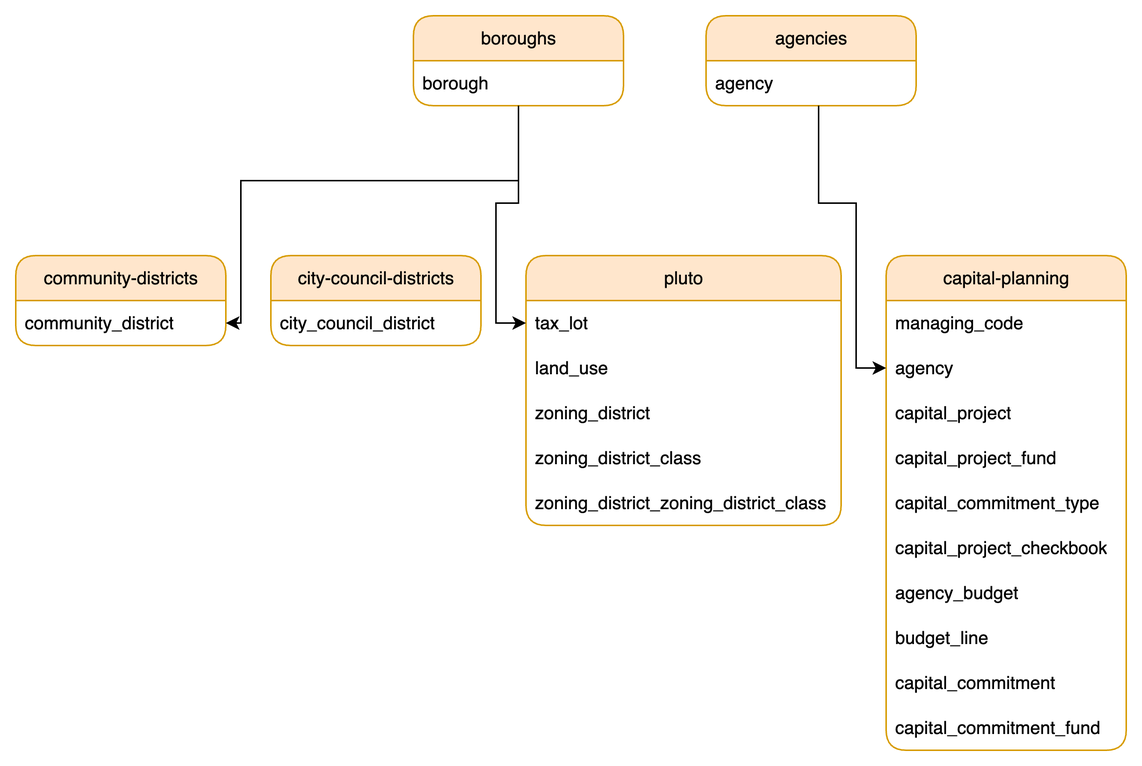
The draw.io diagram documentation/diagrams/build_table_relationship.drawio.png in NYCPlanning/ae-data-flow, before a commit. Source tidied: cells renumbered, new cells last; positions are measured from the earlier drawing's top-left corner, leaving out a move shared by most shapes. The source it was exported from:
```xml
<mxGraphModel>
  <root>
    <mxCell id="0" />
    <mxCell id="1" parent="0" />
    <mxCell id="2" value="boroughs" style="swimlane;fontStyle=0;horizontal=1;startSize=30;whiteSpace=wrap;html=1;fillColor=#ffe6cc;strokeColor=#d79b00;rounded=1;" parent="1" vertex="1">
      <mxGeometry x="265" width="140" height="60" as="geometry" />
    </mxCell>
    <mxCell id="3" value="borough" style="text;strokeColor=none;fillColor=none;align=left;verticalAlign=middle;spacingLeft=4;spacingRight=4;overflow=hidden;points=[[0,0.5,0,0,0],[0.5,1,0,0,0],[1,0.5,0,0,0]];portConstraint=eastwest;whiteSpace=wrap;html=1;" parent="2" vertex="1">
      <mxGeometry y="30" width="140" height="30" as="geometry" />
    </mxCell>
    <mxCell id="4" value="community-districts" style="swimlane;fontStyle=0;horizontal=1;startSize=30;whiteSpace=wrap;html=1;fillColor=#ffe6cc;strokeColor=#d79b00;rounded=1;" parent="1" vertex="1">
      <mxGeometry y="160" width="140" height="60" as="geometry" />
    </mxCell>
    <mxCell id="5" value="community_district" style="text;strokeColor=none;fillColor=none;align=left;verticalAlign=middle;spacingLeft=4;spacingRight=4;overflow=hidden;points=[[0,0.5,0,0,0],[1,0.5,0,0,0]];portConstraint=eastwest;whiteSpace=wrap;html=1;" parent="4" vertex="1">
      <mxGeometry y="30" width="140" height="30" as="geometry" />
    </mxCell>
    <mxCell id="6" value="city-council-districts" style="swimlane;fontStyle=0;horizontal=1;startSize=30;whiteSpace=wrap;html=1;fillColor=#ffe6cc;strokeColor=#d79b00;rounded=1;" parent="1" vertex="1">
      <mxGeometry x="170" y="160" width="140" height="60" as="geometry" />
    </mxCell>
    <mxCell id="7" value="city_council_district" style="text;strokeColor=none;fillColor=none;align=left;verticalAlign=middle;spacingLeft=4;spacingRight=4;overflow=hidden;whiteSpace=wrap;html=1;" parent="6" vertex="1">
      <mxGeometry y="30" width="140" height="30" as="geometry" />
    </mxCell>
    <mxCell id="8" value="pluto" style="swimlane;fontStyle=0;horizontal=1;startSize=30;whiteSpace=wrap;html=1;rounded=1;fillColor=#ffe6cc;strokeColor=#d79b00;" parent="1" vertex="1">
      <mxGeometry x="340" y="160" width="210" height="180" as="geometry" />
    </mxCell>
    <mxCell id="9" value="tax_lot" style="text;strokeColor=none;fillColor=none;align=left;verticalAlign=middle;spacingLeft=4;spacingRight=4;overflow=hidden;points=[[0,0.5],[1,0.5]];portConstraint=eastwest;whiteSpace=wrap;html=1;" parent="8" vertex="1">
      <mxGeometry y="30" width="210" height="30" as="geometry" />
    </mxCell>
    <mxCell id="10" value="land_use" style="text;strokeColor=none;fillColor=none;align=left;verticalAlign=middle;spacingLeft=4;spacingRight=4;overflow=hidden;whiteSpace=wrap;html=1;" parent="8" vertex="1">
      <mxGeometry y="60" width="210" height="30" as="geometry" />
    </mxCell>
    <mxCell id="11" value="zoning_district" style="text;strokeColor=none;fillColor=none;align=left;verticalAlign=middle;spacingLeft=4;spacingRight=4;overflow=hidden;whiteSpace=wrap;html=1;" parent="8" vertex="1">
      <mxGeometry y="90" width="210" height="30" as="geometry" />
    </mxCell>
    <mxCell id="12" value="zoning_district_class" style="text;strokeColor=none;fillColor=none;align=left;verticalAlign=middle;spacingLeft=4;spacingRight=4;overflow=hidden;whiteSpace=wrap;html=1;" parent="8" vertex="1">
      <mxGeometry y="120" width="210" height="30" as="geometry" />
    </mxCell>
    <mxCell id="13" value="zoning_district_zoning_district_class" style="text;strokeColor=none;fillColor=none;align=left;verticalAlign=middle;spacingLeft=4;spacingRight=4;overflow=hidden;whiteSpace=wrap;html=1;" parent="8" vertex="1">
      <mxGeometry y="150" width="210" height="30" as="geometry" />
    </mxCell>
    <mxCell id="14" value="capital-planning" style="swimlane;fontStyle=0;horizontal=1;startSize=30;whiteSpace=wrap;html=1;rounded=1;fillColor=#ffe6cc;strokeColor=#d79b00;" parent="1" vertex="1">
      <mxGeometry x="580" y="160" width="160" height="330" as="geometry" />
    </mxCell>
    <mxCell id="15" value="managing_code" style="text;strokeColor=none;fillColor=none;align=left;verticalAlign=middle;spacingLeft=4;spacingRight=4;overflow=hidden;points=[[0,0.5],[1,0.5]];portConstraint=eastwest;whiteSpace=wrap;html=1;" parent="14" vertex="1">
      <mxGeometry y="30" width="160" height="30" as="geometry" />
    </mxCell>
    <mxCell id="16" value="agency" style="text;strokeColor=none;fillColor=none;align=left;verticalAlign=middle;spacingLeft=4;spacingRight=4;overflow=hidden;points=[[0,0.5],[1,0.5]];portConstraint=eastwest;whiteSpace=wrap;html=1;" parent="14" vertex="1">
      <mxGeometry y="60" width="160" height="30" as="geometry" />
    </mxCell>
    <mxCell id="17" value="capital_project" style="text;strokeColor=none;fillColor=none;align=left;verticalAlign=middle;spacingLeft=4;spacingRight=4;overflow=hidden;points=[[0,0.5],[1,0.5]];portConstraint=eastwest;whiteSpace=wrap;html=1;" parent="14" vertex="1">
      <mxGeometry y="90" width="160" height="30" as="geometry" />
    </mxCell>
    <mxCell id="18" value="capital_project_fund" style="text;strokeColor=none;fillColor=none;align=left;verticalAlign=middle;spacingLeft=4;spacingRight=4;overflow=hidden;whiteSpace=wrap;html=1;" parent="14" vertex="1">
      <mxGeometry y="120" width="160" height="30" as="geometry" />
    </mxCell>
    <mxCell id="19" value="capital_commitment_type" style="text;strokeColor=none;fillColor=none;align=left;verticalAlign=middle;spacingLeft=4;spacingRight=4;overflow=hidden;whiteSpace=wrap;html=1;" parent="14" vertex="1">
      <mxGeometry y="150" width="160" height="30" as="geometry" />
    </mxCell>
    <mxCell id="20" value="capital_project_checkbook" style="text;strokeColor=none;fillColor=none;align=left;verticalAlign=middle;spacingLeft=4;spacingRight=4;overflow=hidden;whiteSpace=wrap;html=1;" parent="14" vertex="1">
      <mxGeometry y="180" width="160" height="30" as="geometry" />
    </mxCell>
    <mxCell id="21" value="agency_budget" style="text;strokeColor=none;fillColor=none;align=left;verticalAlign=middle;spacingLeft=4;spacingRight=4;overflow=hidden;whiteSpace=wrap;html=1;" parent="14" vertex="1">
      <mxGeometry y="210" width="160" height="30" as="geometry" />
    </mxCell>
    <mxCell id="22" value="budget_line" style="text;strokeColor=none;fillColor=none;align=left;verticalAlign=middle;spacingLeft=4;spacingRight=4;overflow=hidden;whiteSpace=wrap;html=1;" parent="14" vertex="1">
      <mxGeometry y="240" width="160" height="30" as="geometry" />
    </mxCell>
    <mxCell id="23" value="capital_commitment" style="text;strokeColor=none;fillColor=none;align=left;verticalAlign=middle;spacingLeft=4;spacingRight=4;overflow=hidden;whiteSpace=wrap;html=1;" parent="14" vertex="1">
      <mxGeometry y="270" width="160" height="30" as="geometry" />
    </mxCell>
    <mxCell id="24" value="capital_commitment_fund" style="text;strokeColor=none;fillColor=none;align=left;verticalAlign=middle;spacingLeft=4;spacingRight=4;overflow=hidden;whiteSpace=wrap;html=1;" parent="14" vertex="1">
      <mxGeometry y="300" width="160" height="30" as="geometry" />
    </mxCell>
    <mxCell id="25" style="edgeStyle=orthogonalEdgeStyle;rounded=0;jettySize=auto;html=1;exitX=0.5;exitY=1;exitDx=0;exitDy=0;exitPerimeter=0;" parent="1" edge="1" source="3" target="5">
      <mxGeometry relative="1" as="geometry">
        <Array as="points">
          <mxPoint x="335" y="110" />
          <mxPoint x="150" y="110" />
          <mxPoint x="150" y="205" />
        </Array>
      </mxGeometry>
    </mxCell>
    <mxCell id="26" style="edgeStyle=orthogonalEdgeStyle;rounded=0;jettySize=auto;html=1;exitX=0.5;exitY=1;exitDx=0;exitDy=0;exitPerimeter=0;" parent="1" edge="1" source="3" target="9">
      <mxGeometry relative="1" as="geometry">
        <Array as="points">
          <mxPoint x="335" y="125" />
          <mxPoint x="320" y="125" />
          <mxPoint x="320" y="205" />
        </Array>
      </mxGeometry>
    </mxCell>
    <mxCell id="27" value="agencies" style="swimlane;fontStyle=0;horizontal=1;startSize=30;whiteSpace=wrap;html=1;fillColor=#ffe6cc;strokeColor=#d79b00;rounded=1;" parent="1" vertex="1">
      <mxGeometry x="460" width="140" height="60" as="geometry" />
    </mxCell>
    <mxCell id="28" value="agency" style="text;strokeColor=none;fillColor=none;align=left;verticalAlign=middle;spacingLeft=4;spacingRight=4;overflow=hidden;whiteSpace=wrap;html=1;" parent="27" vertex="1">
      <mxGeometry y="30" width="140" height="30" as="geometry" />
    </mxCell>
    <mxCell id="29" style="edgeStyle=orthogonalEdgeStyle;rounded=0;jettySize=auto;html=1;exitX=0.5;exitY=1;exitDx=0;exitDy=0;exitPerimeter=0;entryX=0;entryY=0.5;entryDx=0;entryDy=0;" parent="1" edge="1" target="16">
      <mxGeometry relative="1" as="geometry">
        <mxPoint x="535" y="60" as="sourcePoint" />
        <Array as="points">
          <mxPoint x="535" y="125" />
          <mxPoint x="560" y="125" />
          <mxPoint x="560" y="235" />
        </Array>
      </mxGeometry>
    </mxCell>
  </root>
</mxGraphModel>
```
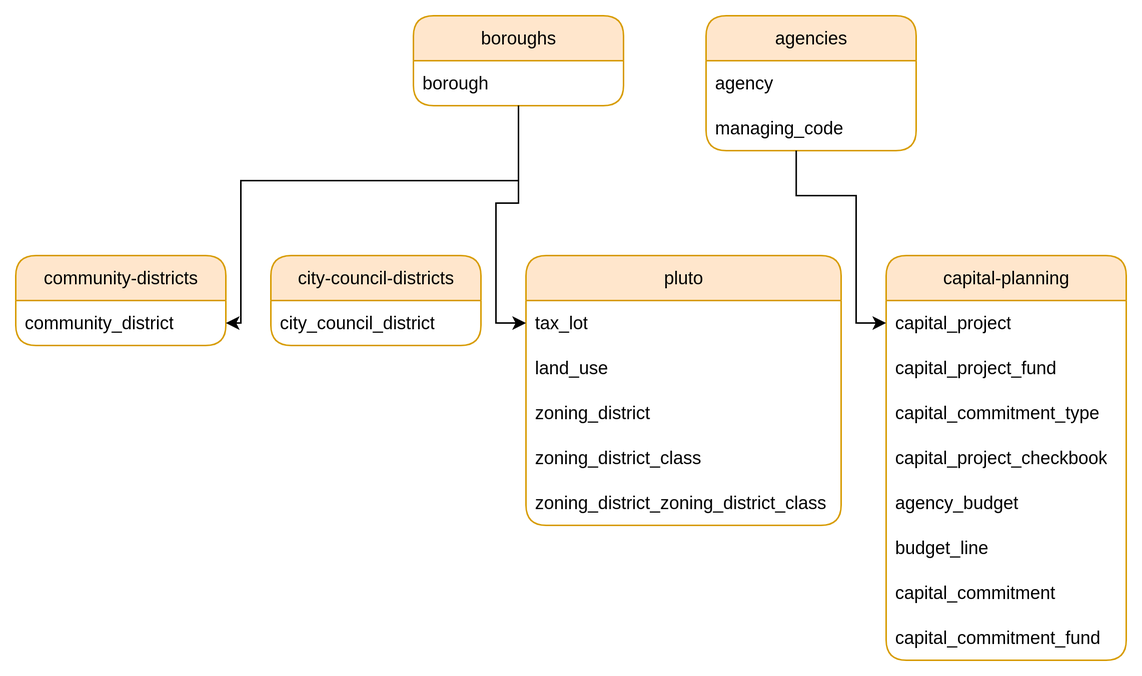
The same diagram one commit later.

Commit message:
move managing code to agencies build

What changed in the source:
```diff
@@ -39,37 +39,31 @@
       <mxGeometry y="150" width="210" height="30" as="geometry" />
     </mxCell>
     <mxCell id="14" value="capital-planning" style="swimlane;fontStyle=0;horizontal=1;startSize=30;whiteSpace=wrap;html=1;rounded=1;fillColor=#ffe6cc;strokeColor=#d79b00;" parent="1" vertex="1">
-      <mxGeometry x="580" y="160" width="160" height="330" as="geometry" />
+      <mxGeometry x="580" y="160" width="160" height="270" as="geometry" />
     </mxCell>
-    <mxCell id="15" value="managing_code" style="text;strokeColor=none;fillColor=none;align=left;verticalAlign=middle;spacingLeft=4;spacingRight=4;overflow=hidden;points=[[0,0.5],[1,0.5]];portConstraint=eastwest;whiteSpace=wrap;html=1;" parent="14" vertex="1">
-      <mxGeometry y="30" width="160" height="30" as="geometry" />
-    </mxCell>
-    <mxCell id="16" value="agency" style="text;strokeColor=none;fillColor=none;align=left;verticalAlign=middle;spacingLeft=4;spacingRight=4;overflow=hidden;points=[[0,0.5],[1,0.5]];portConstraint=eastwest;whiteSpace=wrap;html=1;" parent="14" vertex="1">
-      <mxGeometry y="60" width="160" height="30" as="geometry" />
-    </mxCell>
     <mxCell id="17" value="capital_project" style="text;strokeColor=none;fillColor=none;align=left;verticalAlign=middle;spacingLeft=4;spacingRight=4;overflow=hidden;points=[[0,0.5],[1,0.5]];portConstraint=eastwest;whiteSpace=wrap;html=1;" parent="14" vertex="1">
-      <mxGeometry y="90" width="160" height="30" as="geometry" />
+      <mxGeometry y="30" width="160" height="30" as="geometry" />
     </mxCell>
     <mxCell id="18" value="capital_project_fund" style="text;strokeColor=none;fillColor=none;align=left;verticalAlign=middle;spacingLeft=4;spacingRight=4;overflow=hidden;whiteSpace=wrap;html=1;" parent="14" vertex="1">
-      <mxGeometry y="120" width="160" height="30" as="geometry" />
+      <mxGeometry y="60" width="160" height="30" as="geometry" />
     </mxCell>
     <mxCell id="19" value="capital_commitment_type" style="text;strokeColor=none;fillColor=none;align=left;verticalAlign=middle;spacingLeft=4;spacingRight=4;overflow=hidden;whiteSpace=wrap;html=1;" parent="14" vertex="1">
-      <mxGeometry y="150" width="160" height="30" as="geometry" />
+      <mxGeometry y="90" width="160" height="30" as="geometry" />
     </mxCell>
     <mxCell id="20" value="capital_project_checkbook" style="text;strokeColor=none;fillColor=none;align=left;verticalAlign=middle;spacingLeft=4;spacingRight=4;overflow=hidden;whiteSpace=wrap;html=1;" parent="14" vertex="1">
-      <mxGeometry y="180" width="160" height="30" as="geometry" />
+      <mxGeometry y="120" width="160" height="30" as="geometry" />
     </mxCell>
     <mxCell id="21" value="agency_budget" style="text;strokeColor=none;fillColor=none;align=left;verticalAlign=middle;spacingLeft=4;spacingRight=4;overflow=hidden;whiteSpace=wrap;html=1;" parent="14" vertex="1">
-      <mxGeometry y="210" width="160" height="30" as="geometry" />
+      <mxGeometry y="150" width="160" height="30" as="geometry" />
     </mxCell>
     <mxCell id="22" value="budget_line" style="text;strokeColor=none;fillColor=none;align=left;verticalAlign=middle;spacingLeft=4;spacingRight=4;overflow=hidden;whiteSpace=wrap;html=1;" parent="14" vertex="1">
-      <mxGeometry y="240" width="160" height="30" as="geometry" />
+      <mxGeometry y="180" width="160" height="30" as="geometry" />
     </mxCell>
     <mxCell id="23" value="capital_commitment" style="text;strokeColor=none;fillColor=none;align=left;verticalAlign=middle;spacingLeft=4;spacingRight=4;overflow=hidden;whiteSpace=wrap;html=1;" parent="14" vertex="1">
-      <mxGeometry y="270" width="160" height="30" as="geometry" />
+      <mxGeometry y="210" width="160" height="30" as="geometry" />
     </mxCell>
     <mxCell id="24" value="capital_commitment_fund" style="text;strokeColor=none;fillColor=none;align=left;verticalAlign=middle;spacingLeft=4;spacingRight=4;overflow=hidden;whiteSpace=wrap;html=1;" parent="14" vertex="1">
-      <mxGeometry y="300" width="160" height="30" as="geometry" />
+      <mxGeometry y="240" width="160" height="30" as="geometry" />
     </mxCell>
     <mxCell id="25" style="edgeStyle=orthogonalEdgeStyle;rounded=0;jettySize=auto;html=1;exitX=0.5;exitY=1;exitDx=0;exitDy=0;exitPerimeter=0;" parent="1" edge="1" source="3" target="5">
       <mxGeometry relative="1" as="geometry">
@@ -90,20 +84,22 @@
       </mxGeometry>
     </mxCell>
     <mxCell id="27" value="agencies" style="swimlane;fontStyle=0;horizontal=1;startSize=30;whiteSpace=wrap;html=1;fillColor=#ffe6cc;strokeColor=#d79b00;rounded=1;" parent="1" vertex="1">
-      <mxGeometry x="460" width="140" height="60" as="geometry" />
+      <mxGeometry x="460" width="140" height="90" as="geometry" />
     </mxCell>
     <mxCell id="28" value="agency" style="text;strokeColor=none;fillColor=none;align=left;verticalAlign=middle;spacingLeft=4;spacingRight=4;overflow=hidden;whiteSpace=wrap;html=1;" parent="27" vertex="1">
       <mxGeometry y="30" width="140" height="30" as="geometry" />
     </mxCell>
-    <mxCell id="29" style="edgeStyle=orthogonalEdgeStyle;rounded=0;jettySize=auto;html=1;exitX=0.5;exitY=1;exitDx=0;exitDy=0;exitPerimeter=0;entryX=0;entryY=0.5;entryDx=0;entryDy=0;" parent="1" edge="1" target="16">
-      <mxGeometry relative="1" as="geometry">
-        <mxPoint x="535" y="60" as="sourcePoint" />
-        <Array as="points">
-          <mxPoint x="535" y="125" />
-          <mxPoint x="560" y="125" />
-          <mxPoint x="560" y="235" />
-        </Array>
-      </mxGeometry>
-    </mxCell>
+    <mxCell id="15" value="managing_code" style="text;strokeColor=none;fillColor=none;align=left;verticalAlign=middle;spacingLeft=4;spacingRight=4;overflow=hidden;points=[[0,0.5],[1,0.5]];portConstraint=eastwest;whiteSpace=wrap;html=1;" parent="27" vertex="1">
+      <mxGeometry y="60" width="140" height="30" as="geometry" />
+    </mxCell>
+    <mxCell id="30" style="edgeStyle=orthogonalEdgeStyle;rounded=0;jettySize=auto;html=1;exitX=0.429;exitY=1;exitDx=0;exitDy=0;exitPerimeter=0;entryX=0;entryY=0.5;entryDx=0;entryDy=0;" parent="1" edge="1" source="15" target="17">
+      <mxGeometry relative="1" as="geometry">
+        <Array as="points">
+          <mxPoint x="520" y="120" />
+          <mxPoint x="560" y="120" />
+          <mxPoint x="560" y="205" />
+        </Array>
+      </mxGeometry>
+    </mxCell>
   </root>
 </mxGraphModel>
```
